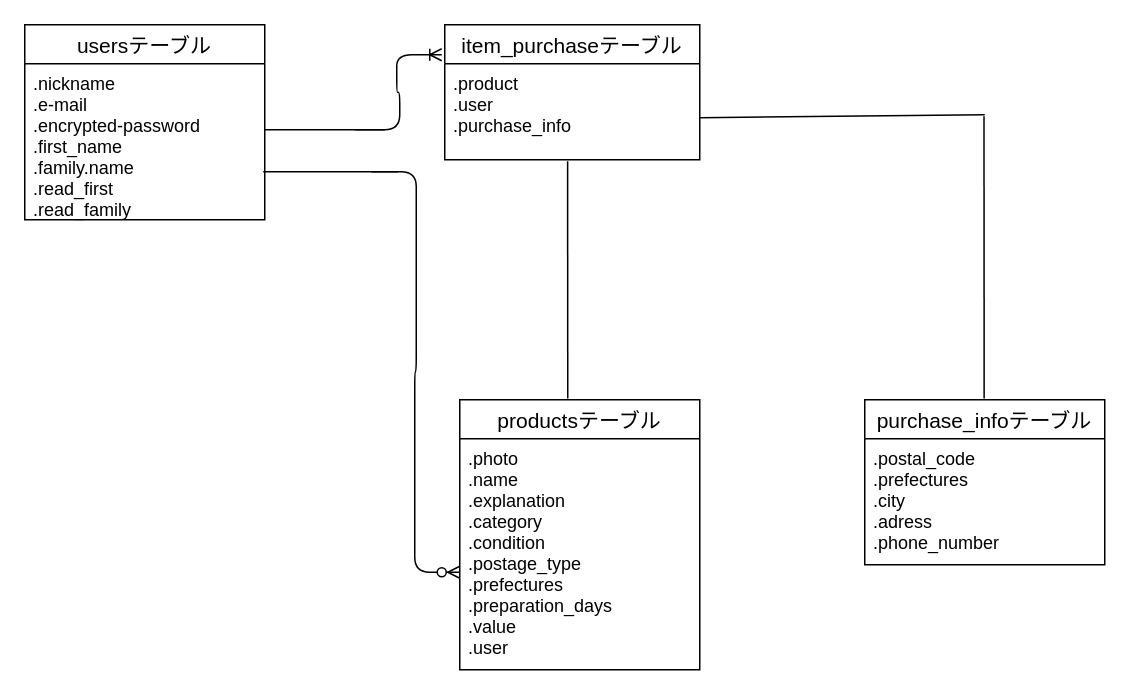
Before: furima.dio in happyshop6/furima-38846, a draw.io diagram. Source tidied: cells renumbered, new cells numbered last; positions are measured from the earlier drawing's top-left corner, leaving out a move shared by most shapes. Both pictures are drawn from the tidied source at 150%, with x=0, y=0 at pixel (24, 24).
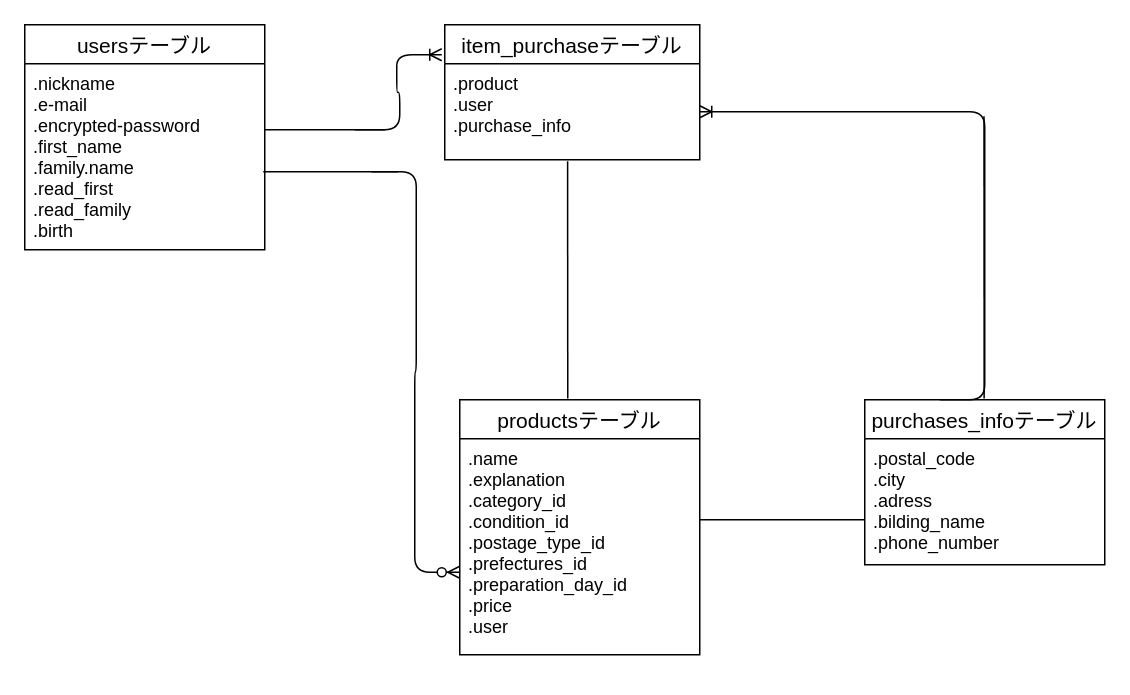
The same diagram, later.

Unchanged cells that the change refers to:
```xml
<mxCell id="5" value=".product&#10;.user&#10;.purchase_info&#10;" style="text;strokeColor=none;fillColor=none;spacingLeft=4;spacingRight=4;overflow=hidden;points=[[0,0.5],[1,0.5]];portConstraint=eastwest;fontSize=12;" parent="4" vertex="1">
  <mxGeometry y="26" width="170" height="64" as="geometry" />
</mxCell>
```

Diff of the diagram source:
```diff
@@
     <mxCell id="2" value="usersテーブル" style="swimlane;fontStyle=0;horizontal=1;startSize=26;align=center;fontSize=14;" parent="1" vertex="1">
-      <mxGeometry width="160" height="130" as="geometry" />
+      <mxGeometry width="160" height="150" as="geometry" />
     </mxCell>
-    <mxCell id="3" value=".nickname&#10;.e-mail&#10;.encrypted-password&#10;.first_name&#10;.family.name&#10;.read_first&#10;.read_family" style="text;strokeColor=none;fillColor=none;spacingLeft=4;spacingRight=4;overflow=hidden;fontSize=12;" parent="2" vertex="1">
-      <mxGeometry y="26" width="160" height="104" as="geometry" />
+    <mxCell id="3" value=".nickname&#10;.e-mail&#10;.encrypted-password&#10;.first_name&#10;.family.name&#10;.read_first&#10;.read_family&#10;.birth" style="text;strokeColor=none;fillColor=none;spacingLeft=4;spacingRight=4;overflow=hidden;fontSize=12;" parent="2" vertex="1">
+      <mxGeometry y="26" width="160" height="124" as="geometry" />
     </mxCell>
@@
     <mxCell id="6" value="productsテーブル" style="swimlane;fontStyle=0;horizontal=1;startSize=26;align=center;fontSize=14;" parent="1" vertex="1">
-      <mxGeometry x="290" y="250" width="160" height="180" as="geometry" />
+      <mxGeometry x="290" y="250" width="160" height="170" as="geometry" />
     </mxCell>
-    <mxCell id="7" value=".photo&#10;.name&#10;.explanation&#10;.category&#10;.condition&#10;.postage_type&#10;.prefectures&#10;.preparation_days&#10;.value&#10;.user" style="text;strokeColor=none;fillColor=none;spacingLeft=4;spacingRight=4;overflow=hidden;fontSize=12;" parent="6" vertex="1">
-      <mxGeometry y="26" width="160" height="154" as="geometry" />
+    <mxCell id="7" value=".name&#10;.explanation&#10;.category_id&#10;.condition_id&#10;.postage_type_id&#10;.prefectures_id&#10;.preparation_day_id&#10;.price&#10;.user" style="text;strokeColor=none;fillColor=none;spacingLeft=4;spacingRight=4;overflow=hidden;fontSize=12;" parent="6" vertex="1">
+      <mxGeometry y="26" width="160" height="144" as="geometry" />
     </mxCell>
-    <mxCell id="8" value="purchase_infoテーブル" style="swimlane;fontStyle=0;horizontal=1;startSize=26;align=center;fontSize=14;" parent="1" vertex="1">
+    <mxCell id="8" value="purchases_infoテーブル" style="swimlane;fontStyle=0;horizontal=1;startSize=26;align=center;fontSize=14;" parent="1" vertex="1">
       <mxGeometry x="560" y="250" width="160" height="110" as="geometry" />
     </mxCell>
-    <mxCell id="9" value=".postal_code&#10;.prefectures&#10;.city&#10;.adress&#10;.phone_number&#10;" style="text;strokeColor=none;fillColor=none;spacingLeft=4;spacingRight=4;overflow=hidden;fontSize=12;" parent="8" vertex="1">
+    <mxCell id="9" value=".postal_code&#10;.city&#10;.adress&#10;.bilding_name&#10;.phone_number&#10;" style="text;strokeColor=none;fillColor=none;spacingLeft=4;spacingRight=4;overflow=hidden;fontSize=12;" parent="8" vertex="1">
       <mxGeometry y="26" width="160" height="84" as="geometry" />
     </mxCell>
@@
-    <mxCell id="13" style="endArrow=none;html=1;rounded=0;exitX=1;exitY=0.5;exitDx=0;exitDy=0;" parent="1" edge="1">
-      <mxGeometry relative="1" as="geometry">
-        <mxPoint x="450" y="62" as="sourcePoint" />
-        <mxPoint x="640" y="60" as="targetPoint" />
-      </mxGeometry>
-    </mxCell>
@@
+    <mxCell id="17" style="edgeStyle=entityRelationEdgeStyle;fontSize=12;html=1;endArrow=ERoneToMany;" parent="1" edge="1" target="5">
+      <mxGeometry relative="1" as="geometry">
+        <mxPoint x="610" y="250" as="sourcePoint" />
+      </mxGeometry>
+    </mxCell>
+    <mxCell id="18" style="endArrow=none;html=1;rounded=0;" parent="1" edge="1">
+      <mxGeometry relative="1" as="geometry">
+        <mxPoint x="450" y="330" as="sourcePoint" />
+        <mxPoint x="560" y="330" as="targetPoint" />
+      </mxGeometry>
+    </mxCell>
+    <mxCell id="19" style="html=1;align=right;verticalAlign=bottom;" parent="18" vertex="1">
+      <mxGeometry x="1" relative="1" as="geometry" />
+    </mxCell>
```
